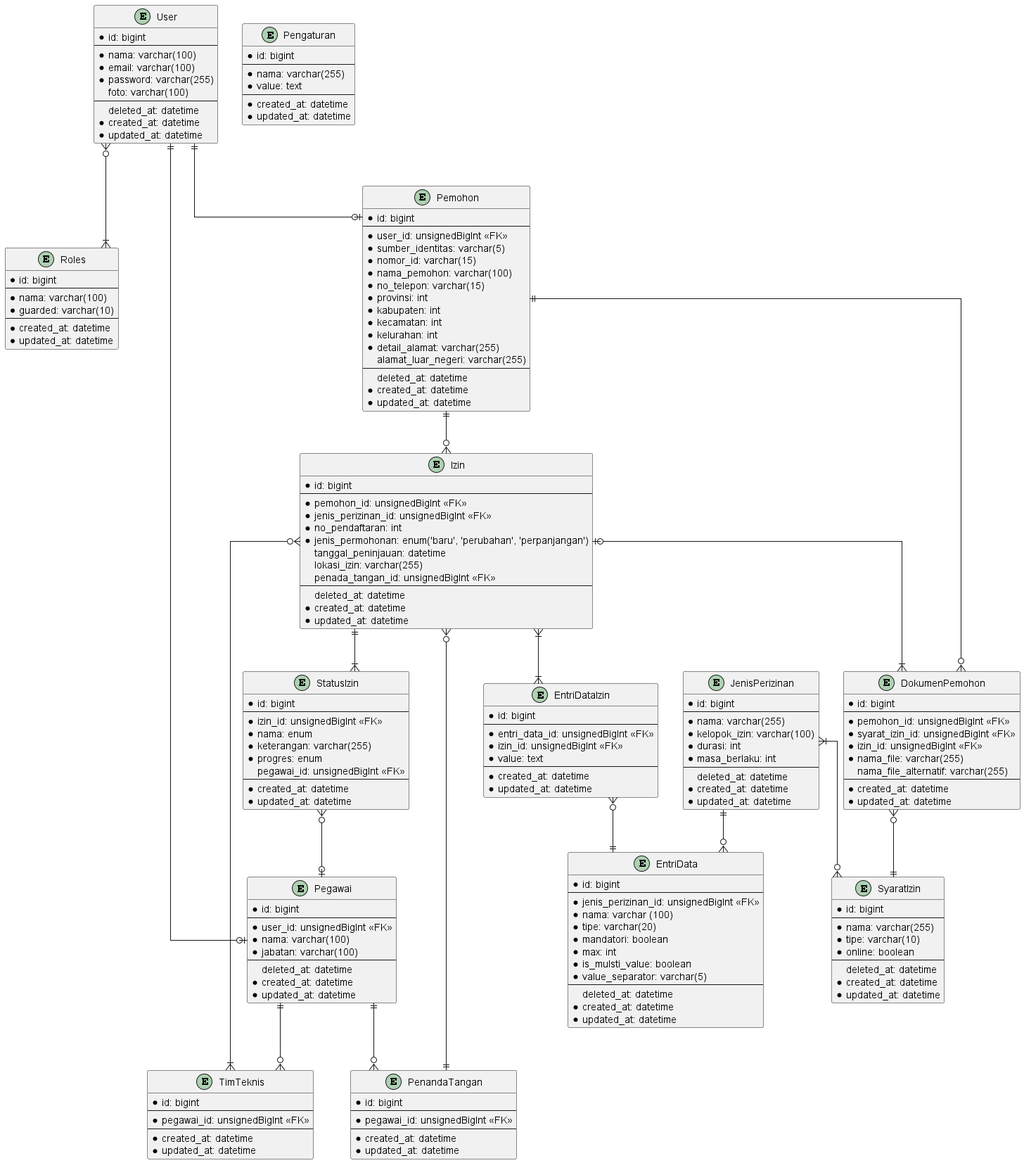
The PlantUML diagram docs/diagrams/out/pmptsp.png in maleolabs/nest-nestara-web, before a commit.
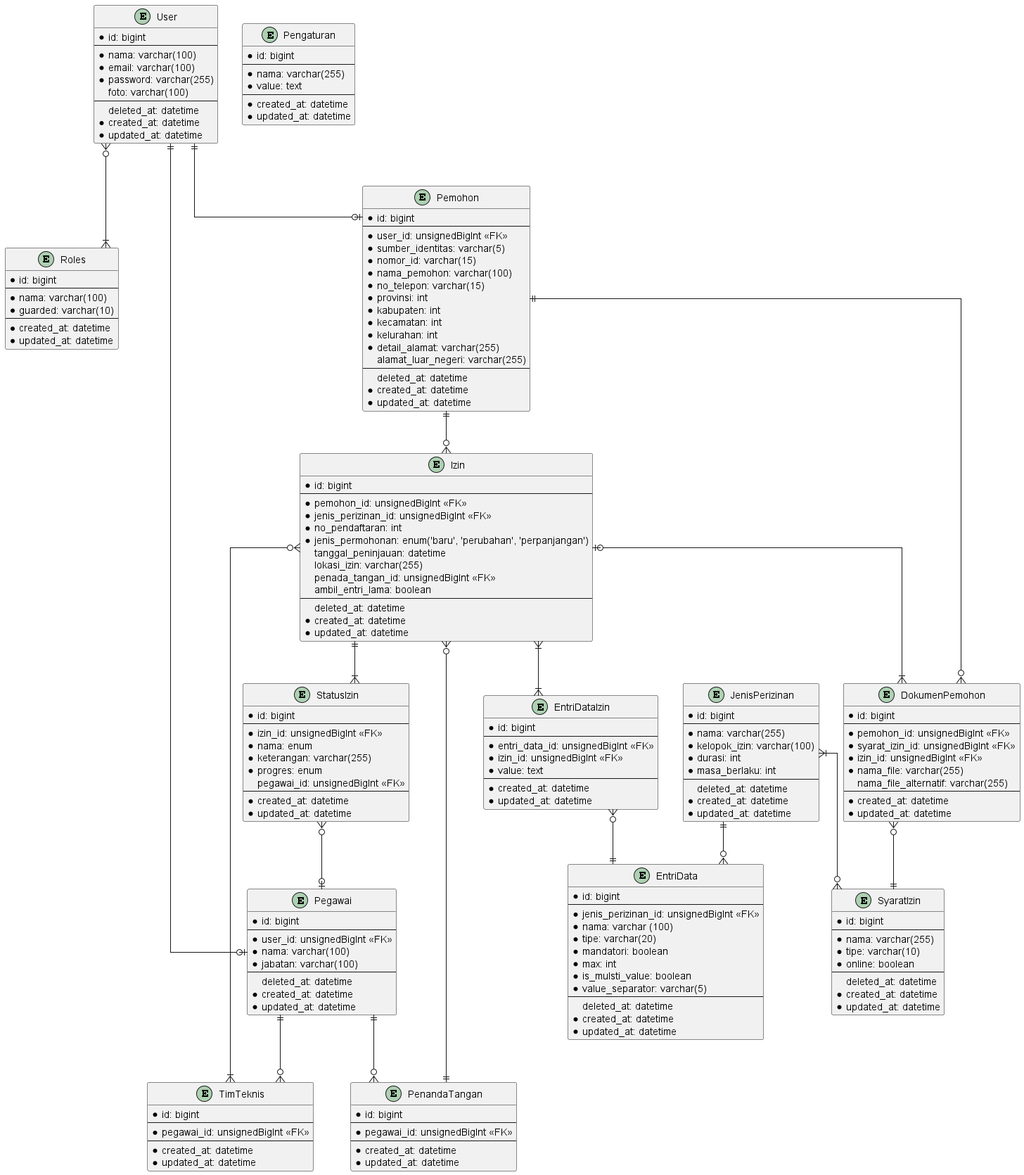
Later version of the same file.

Diff of the diagram source:
```diff
@@ -139,6 +139,7 @@
       tanggal_peninjauan: datetime
       lokasi_izin: varchar(255)
       penada_tangan_id: unsignedBigInt <<FK>>
+      ambil_entri_lama: boolean
     --
       deleted_at: datetime
     * created_at: datetime
```
